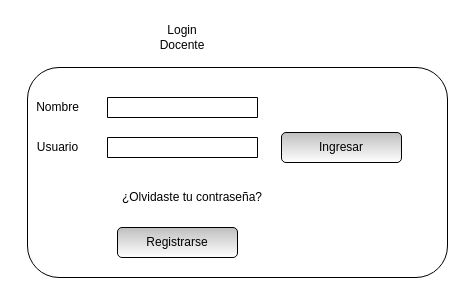
Above: page "2-Login Docente" (2 of 16) of Formularios.drawio in fdearmas96/ObligatorioP1 (draw.io), before the change. Source tidied: cells renumbered, new cells numbered last; positions are measured from the earlier drawing's top-left corner, leaving out a move shared by most shapes. Both pictures are drawn from the tidied source at 100%, with x=0, y=0 at pixel (27, 27).
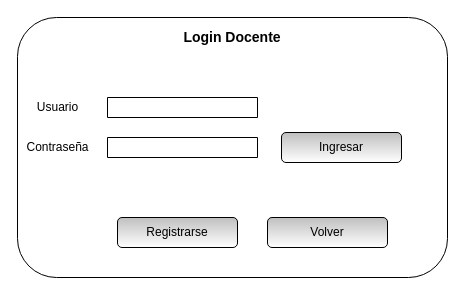
The same diagram, later.

Diff of the diagram source:
```diff
@@
 <mxGraphModel>
   <root>
     <mxCell id="0" />
     <mxCell id="1" parent="0" />
     <mxCell id="2" style="rounded=1;whiteSpace=wrap;html=1;" parent="1" vertex="1">
-      <mxGeometry y="40" width="420" height="210" as="geometry" />
+      <mxGeometry x="-10" y="-10" width="430" height="260" as="geometry" />
     </mxCell>
-    <mxCell id="3" value="Login Docente" style="text;html=1;strokeColor=none;fillColor=none;align=center;verticalAlign=middle;whiteSpace=wrap;rounded=0;" parent="1" vertex="1">
-      <mxGeometry x="135" width="40" height="20" as="geometry" />
+    <mxCell id="3" value="&lt;b&gt;&lt;font style=&quot;font-size: 14px&quot;&gt;Login Docente&lt;/font&gt;&lt;/b&gt;" style="text;html=1;strokeColor=none;fillColor=none;align=center;verticalAlign=middle;whiteSpace=wrap;rounded=0;" parent="1" vertex="1">
+      <mxGeometry x="147" width="116" height="20" as="geometry" />
     </mxCell>
     <mxCell id="4" style="verticalLabelPosition=bottom;verticalAlign=top;html=1;shape=mxgraph.basic.rect;fillColor2=none;strokeWidth=1;size=20;indent=5;" parent="1" vertex="1">
       <mxGeometry x="80" y="70" width="150" height="20" as="geometry" />
     </mxCell>
-    <mxCell id="5" value="Nombre" style="text;html=1;align=center;verticalAlign=middle;strokeColor=none;" parent="1" vertex="1">
+    <mxCell id="5" value="Usuario" style="text;html=1;align=center;verticalAlign=middle;strokeColor=none;" parent="1" vertex="1">
       <mxGeometry y="70" width="60" height="20" as="geometry" />
     </mxCell>
     <mxCell id="6" style="verticalLabelPosition=bottom;verticalAlign=top;html=1;shape=mxgraph.basic.rect;fillColor2=none;strokeWidth=1;size=20;indent=5;" parent="1" vertex="1">
       <mxGeometry x="80" y="110" width="150" height="20" as="geometry" />
     </mxCell>
-    <mxCell id="7" value="Usuario" style="text;html=1;align=center;verticalAlign=middle;strokeColor=none;" parent="1" vertex="1">
-      <mxGeometry y="110" width="60" height="20" as="geometry" />
+    <mxCell id="7" value="Contraseña&lt;br&gt;" style="text;html=1;align=center;verticalAlign=middle;strokeColor=none;" parent="1" vertex="1">
+      <mxGeometry x="-10" y="110" width="80" height="20" as="geometry" />
     </mxCell>
     <mxCell id="8" value="Ingresar" style="rounded=1;whiteSpace=wrap;html=1;gradientColor=#ffffff;fillColor=#BFBFBF;" parent="1" vertex="1">
       <mxGeometry x="254" y="105" width="120" height="30" as="geometry" />
     </mxCell>
     <mxCell id="9" value="Registrarse" style="rounded=1;whiteSpace=wrap;html=1;gradientColor=#ffffff;fillColor=#BFBFBF;" parent="1" vertex="1">
-      <mxGeometry x="90" y="200" width="120" height="30" as="geometry" />
+      <mxGeometry x="90" y="190" width="120" height="30" as="geometry" />
     </mxCell>
-    <mxCell id="10" value="¿Olvidaste tu contraseña?" style="text;html=1;strokeColor=none;fillColor=none;align=center;verticalAlign=middle;whiteSpace=wrap;rounded=0;" parent="1" vertex="1">
-      <mxGeometry x="90" y="160" width="150" height="20" as="geometry" />
-    </mxCell>
+    <mxCell id="11" value="Volver" style="rounded=1;whiteSpace=wrap;html=1;gradientColor=#ffffff;fillColor=#BFBFBF;" parent="1" vertex="1">
+      <mxGeometry x="240" y="190" width="120" height="30" as="geometry" />
+    </mxCell>
   </root>
 </mxGraphModel>
```
